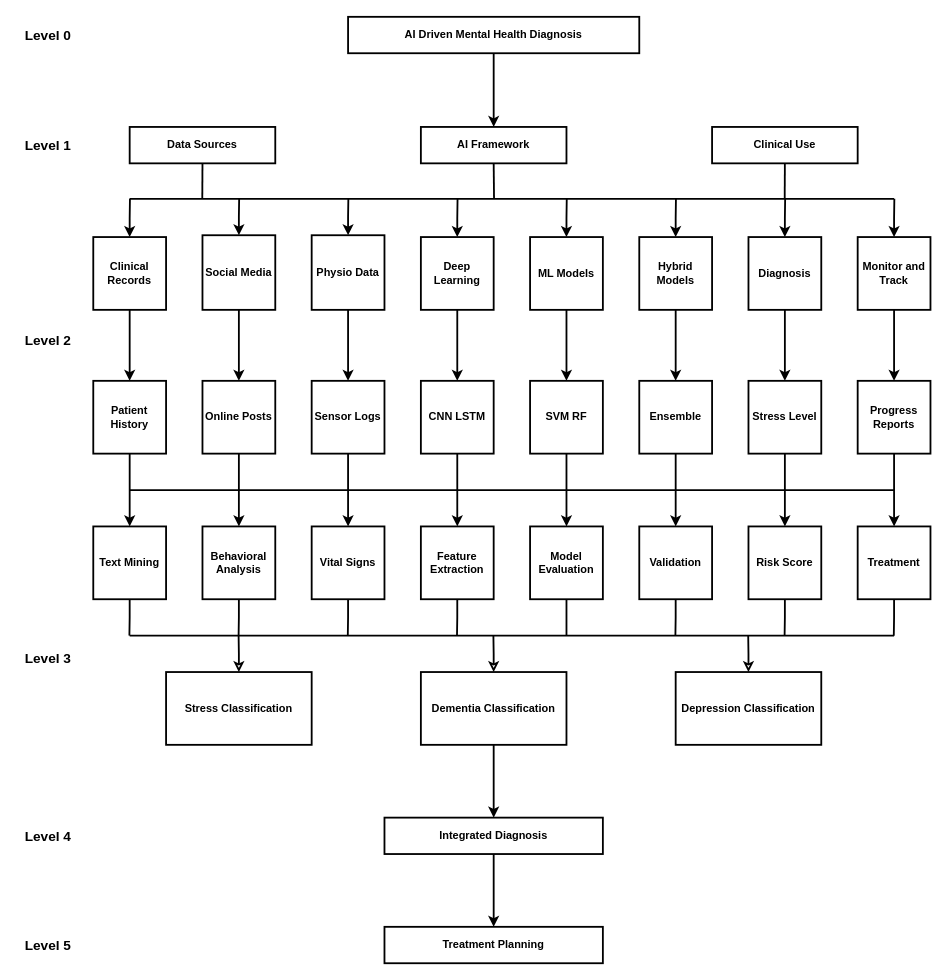
The draw.io diagram thesis.drawio in vinayak-k24/DrawIO, before the edit. Source tidied: cells renumbered, new cells numbered last; positions are measured from the earlier drawing's top-left corner, leaving out a move shared by most shapes. Both pictures are drawn from the tidied source at 91%, with x=0, y=0 at pixel (15, 16).
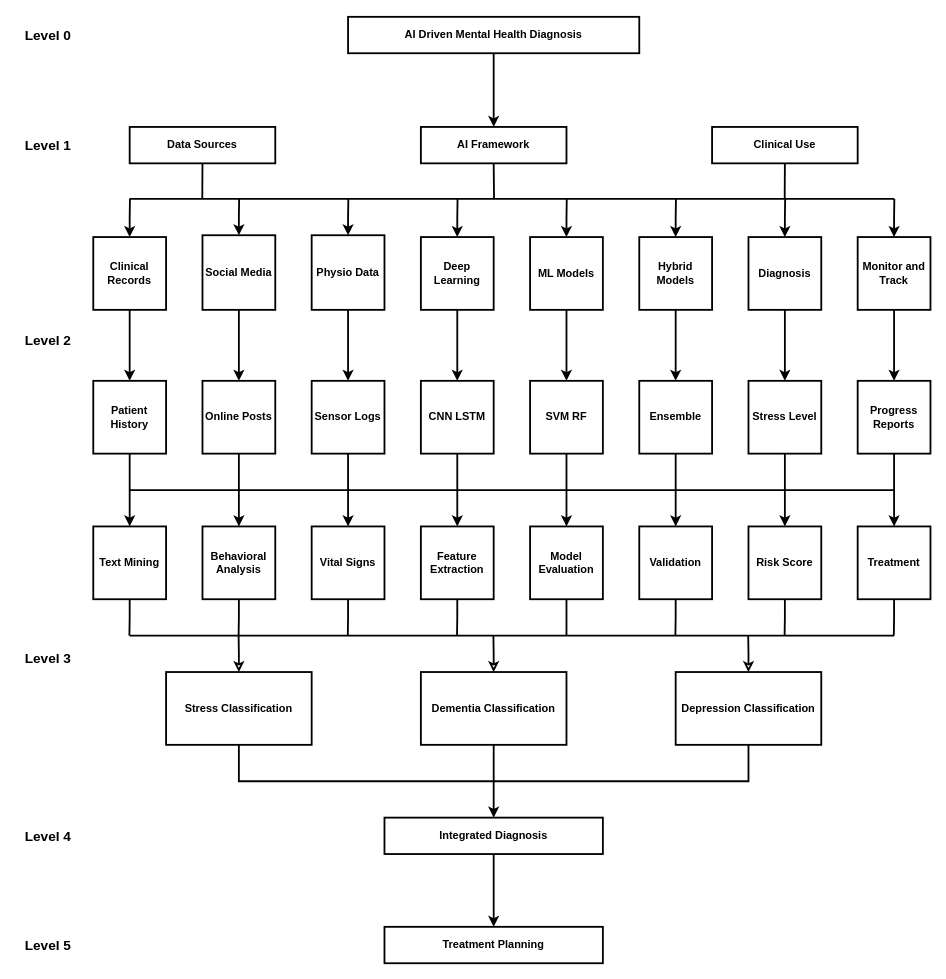
The same diagram, later.

The change refers to these unchanged cells:
```xml
<mxCell id="65" value="Stress Classification" style="whiteSpace=wrap;html=1;strokeWidth=2;fontStyle=1;" parent="1" vertex="1">
  <mxGeometry x="165" y="720" width="160" height="80" as="geometry" />
</mxCell>
<mxCell id="70" value="Depression Classification" style="whiteSpace=wrap;html=1;strokeWidth=2;fontStyle=1;" parent="1" vertex="1">
  <mxGeometry x="725" y="720" width="160" height="80" as="geometry" />
</mxCell>
```

What changed in the source:
```diff
@@
+    <mxCell id="85" style="edgeStyle=orthogonalEdgeStyle;rounded=0;jettySize=auto;html=1;exitX=0.5;exitY=1;exitDx=0;exitDy=0;endArrow=none;startFill=0;strokeWidth=2;" parent="1" edge="1" source="65">
+      <mxGeometry relative="1" as="geometry">
+        <mxPoint x="525" y="840" as="targetPoint" />
+        <Array as="points">
+          <mxPoint x="245" y="840" />
+        </Array>
+      </mxGeometry>
+    </mxCell>
@@
+    <mxCell id="86" style="edgeStyle=orthogonalEdgeStyle;rounded=0;jettySize=auto;html=1;exitX=0.5;exitY=1;exitDx=0;exitDy=0;endArrow=none;startFill=0;strokeWidth=2;" parent="1" edge="1" source="70">
+      <mxGeometry relative="1" as="geometry">
+        <mxPoint x="525" y="840" as="targetPoint" />
+        <Array as="points">
+          <mxPoint x="805" y="840" />
+        </Array>
+      </mxGeometry>
+    </mxCell>
```
